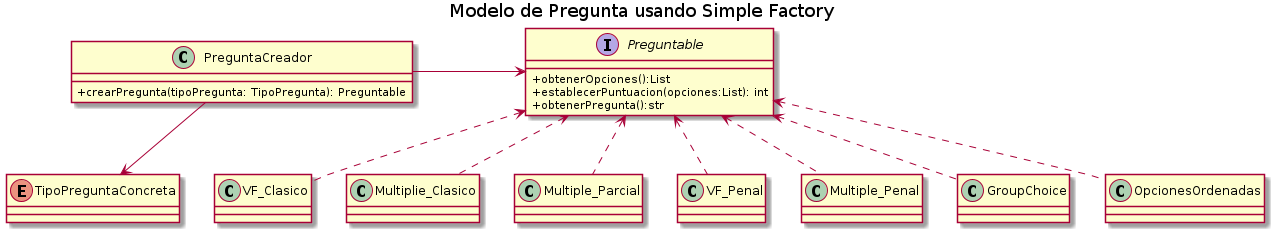
This is doc/Diagramas/Diagramas_Clase/pregunta/pregunta/Modelo de Pregunta usando Simple Factory.png from gylopezgiles/TP2, a PlantUML export, as it was before one commit. Its diagram source:
```plantuml
@startuml
title Modelo de Pregunta usando Simple Factory
skinparam classAttributeIconSize 0

class PreguntaCreador{
    + crearPregunta(tipoPregunta: TipoPregunta): Preguntable
}

interface Preguntable{
    + obtenerOpciones():List
    + establecerPuntuacion(opciones:List): int
    + obtenerPregunta():str
}

enum TipoPreguntaConcreta{
}


class VF_Clasico{
}

class Multiplie_Clasico{

}

class Multiple_Parcial{

}


class VF_Penal{
}

class Multiple_Penal{
}


class GroupChoice{
}

class OpcionesOrdenadas{
}


PreguntaCreador -down->TipoPreguntaConcreta
PreguntaCreador -> Preguntable

Preguntable <.. VF_Penal
Preguntable <.. Multiple_Penal


Preguntable <.. VF_Clasico
Preguntable <.. Multiplie_Clasico
Preguntable <.. Multiple_Parcial

Preguntable <.. GroupChoice
Preguntable <.. OpcionesOrdenadas

@enduml
```
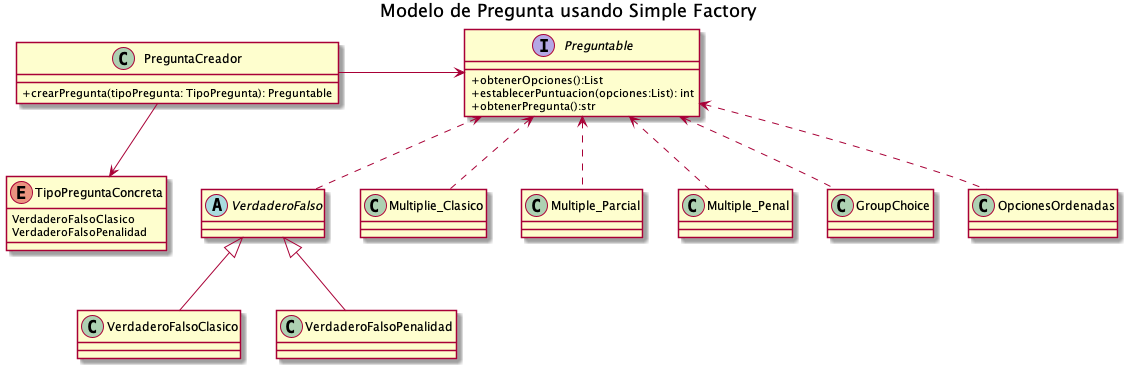
Above is the later version.

Commit message:
actualizo diagramas de clase

What changed in the source:
```diff
@@ -13,10 +13,15 @@
 }
 
 enum TipoPreguntaConcreta{
+    VerdaderoFalsoClasico
+    VerdaderoFalsoPenalidad
 }
 
+abstract class VerdaderoFalso{
 
-class VF_Clasico{
+}
+
+class VerdaderoFalsoClasico{
 }
 
 class Multiplie_Clasico{
@@ -27,8 +32,7 @@
 
 }
 
-
-class VF_Penal{
+class VerdaderoFalsoPenalidad{
 }
 
 class Multiple_Penal{
@@ -45,11 +49,13 @@
 PreguntaCreador -down->TipoPreguntaConcreta
 PreguntaCreador -> Preguntable
 
-Preguntable <.. VF_Penal
+Preguntable <.. VerdaderoFalso
+
+VerdaderoFalso <|-- VerdaderoFalsoPenalidad
 Preguntable <.. Multiple_Penal
 
 
-Preguntable <.. VF_Clasico
+VerdaderoFalso <|-- VerdaderoFalsoClasico
 Preguntable <.. Multiplie_Clasico
 Preguntable <.. Multiple_Parcial
 
```
